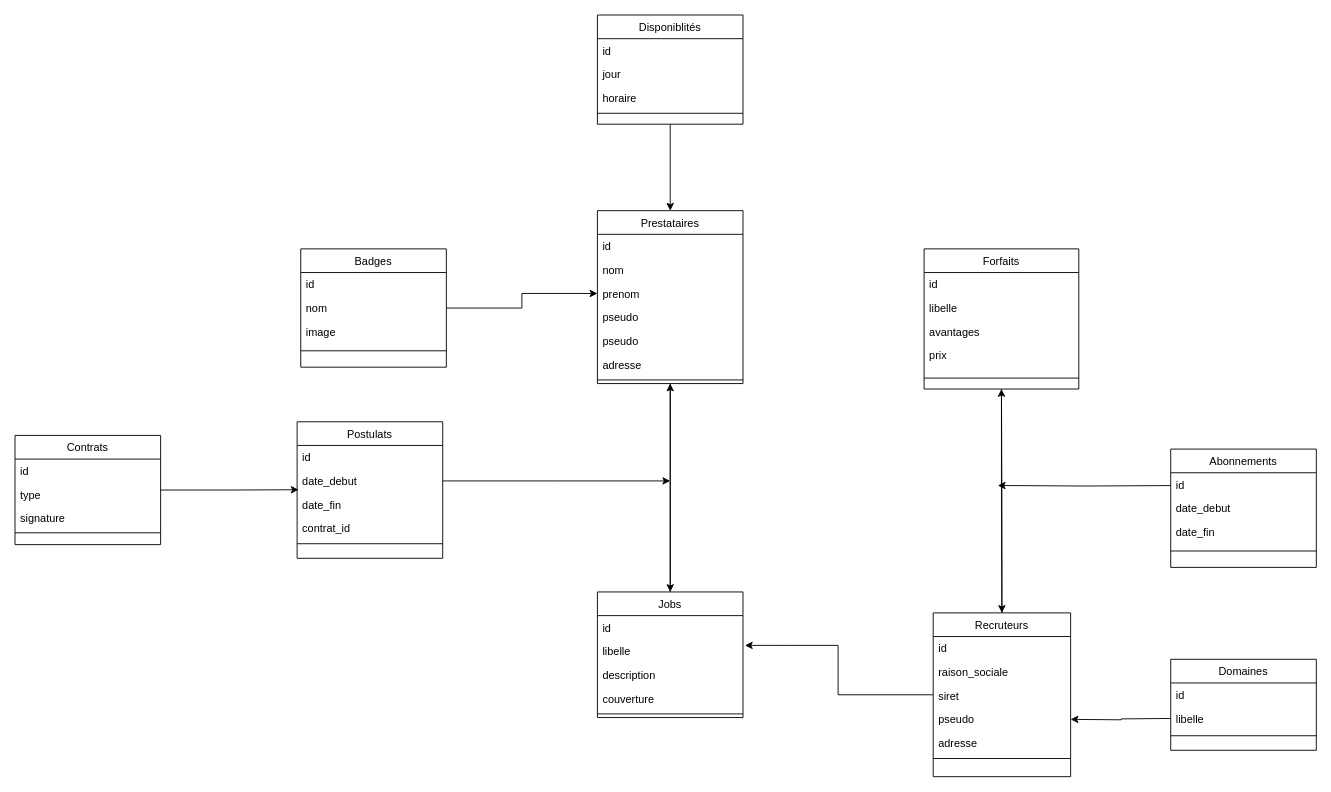
The draw.io diagram Diagramme de classes JobIZ.drawio in donne12/cac40-data-insight, before the edit. Source tidied: cells renumbered, new cells numbered last; positions are measured from the earlier drawing's top-left corner, leaving out a move shared by most shapes. Both pictures are drawn from the tidied source at 91%, with x=0, y=0 at pixel (15, 15).
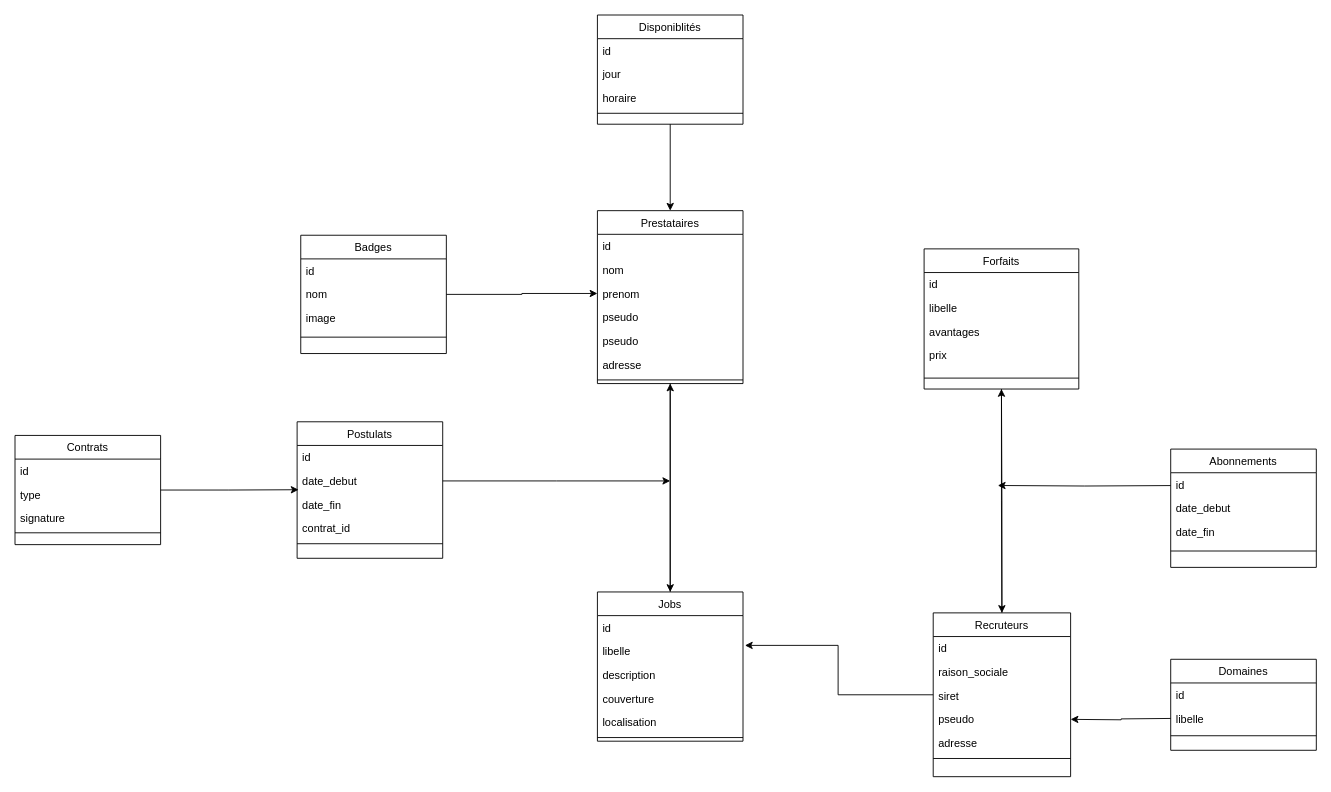
Above is the later version.

The edit, as a diff of the source:
```diff
@@
     <mxCell id="12" value="Jobs" style="swimlane;fontStyle=0;align=center;verticalAlign=top;horizontal=1;startSize=26;rounded=0;shadow=0;strokeWidth=1;" parent="1" vertex="1">
-      <mxGeometry x="640" y="634" width="160" height="138" as="geometry" />
+      <mxGeometry x="640" y="634" width="160" height="164" as="geometry" />
     </mxCell>
@@
+    <mxCell id="70" value="localisation" style="text;align=left;verticalAlign=top;spacingLeft=4;spacingRight=4;overflow=hidden;rounded=0;shadow=0;html=0;" parent="12" vertex="1">
+      <mxGeometry y="130" width="160" height="26" as="geometry" />
+    </mxCell>
     <mxCell id="17" style="line;html=1;strokeWidth=1;align=left;verticalAlign=middle;spacingTop=-1;spacingLeft=3;spacingRight=3;labelPosition=right;" parent="12" vertex="1">
-      <mxGeometry y="130" width="160" height="8" as="geometry" />
+      <mxGeometry y="156" width="160" height="8" as="geometry" />
     </mxCell>
@@
     <mxCell id="59" value="Badges" style="swimlane;fontStyle=0;align=center;verticalAlign=top;horizontal=1;startSize=26;rounded=0;shadow=0;strokeWidth=1;" parent="1" vertex="1">
-      <mxGeometry x="314" y="257" width="160" height="130" as="geometry" />
+      <mxGeometry x="314" y="242" width="160" height="130" as="geometry" />
     </mxCell>
```
